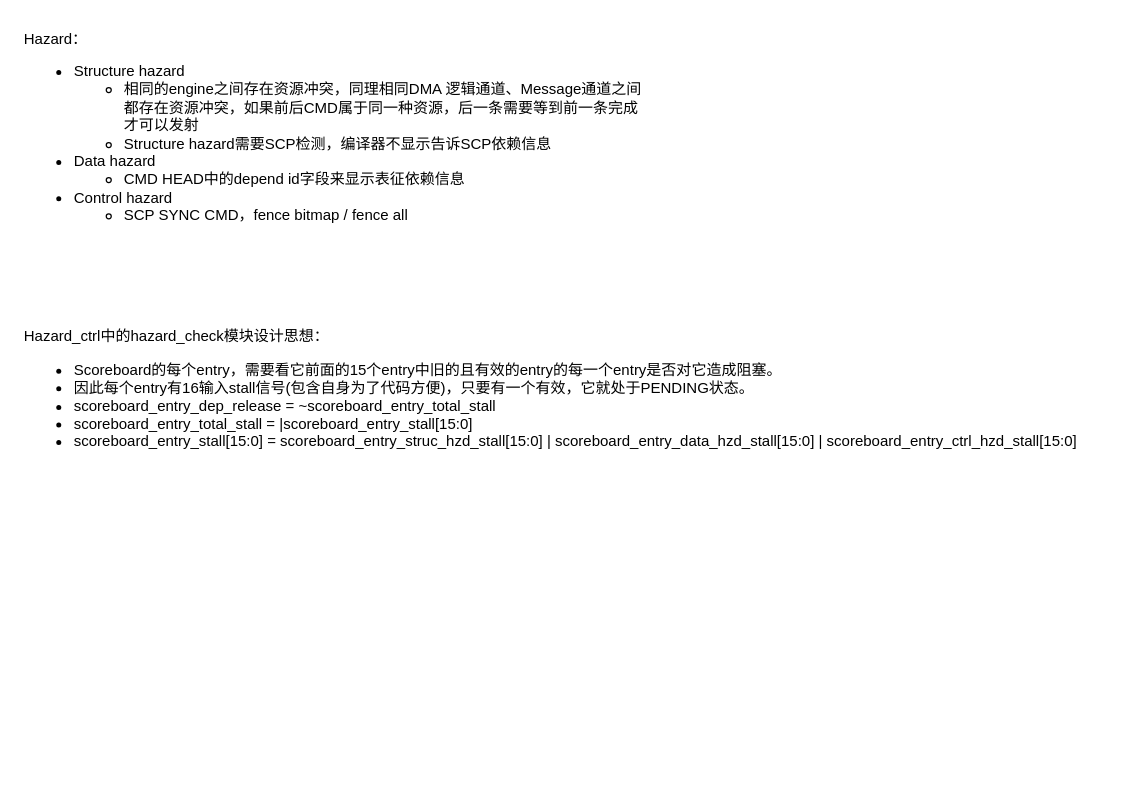
Earlier version of the draw.io diagram page "Hazard" (10 of 10) of SCP.drawio (HelmutXie/blake2). Source tidied: cells renumbered, new cells numbered last; positions are measured from the earlier drawing's top-left corner, leaving out a move shared by most shapes. Both pictures are drawn from the tidied source at 125%, with x=0, y=0 at pixel (21, 21).
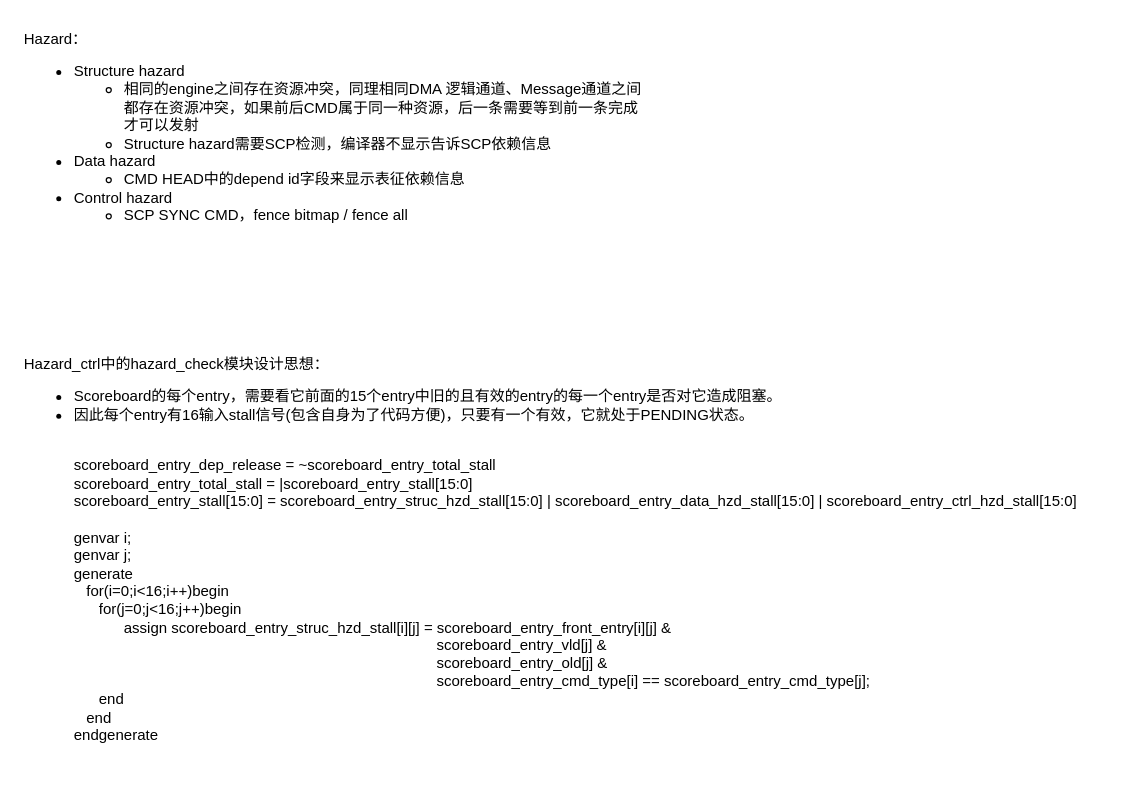
The same diagram, later.

Diff of the diagram source:
```diff
@@
 <mxGraphModel>
   <root>
     <mxCell id="0" />
     <mxCell id="1" parent="0" />
     <mxCell id="2" value="Hazard：&lt;br&gt;&lt;ul&gt;&lt;li&gt;Structure hazard&lt;/li&gt;&lt;ul&gt;&lt;li&gt;相同的engine之间存在资源冲突，同理相同DMA 逻辑通道、Message通道之间&lt;br&gt;都存在资源冲突，如果前后CMD属于同一种资源，后一条需要等到前一条完成&lt;br&gt;才可以发射&lt;/li&gt;&lt;li style=&quot;border-color: var(--border-color);&quot;&gt;Structure hazard需要SCP检测，编译器不显示告诉SCP依赖信息&lt;/li&gt;&lt;/ul&gt;&lt;li&gt;Data hazard&lt;br&gt;&lt;/li&gt;&lt;ul&gt;&lt;li&gt;CMD HEAD中的depend id字段来显示表征依赖信息&lt;/li&gt;&lt;/ul&gt;&lt;li&gt;Control hazard&lt;/li&gt;&lt;ul&gt;&lt;li&gt;SCP SYNC CMD，fence bitmap / fence all&lt;/li&gt;&lt;/ul&gt;&lt;/ul&gt;" style="text;html=1;align=left;verticalAlign=middle;strokeColor=none;fillColor=none;" parent="1" vertex="1">
       <mxGeometry width="520" height="180" as="geometry" />
     </mxCell>
-    <mxCell id="3" value="Hazard_ctrl中的hazard_check模块设计思想：&lt;br&gt;&lt;ul&gt;&lt;li&gt;Scoreboard的每个entry，需要看它前面的15个entry中旧的且有效的entry的每一个entry是否对它造成阻塞。&lt;/li&gt;&lt;li&gt;因此每个entry有16输入stall信号(包含自身为了代码方便)，只要有一个有效，它就处于PENDING状态。&lt;/li&gt;&lt;li&gt;scoreboard_entry_dep_release = ~scoreboard_entry_total_stall&lt;br&gt;&lt;/li&gt;&lt;li&gt;scoreboard_entry_total_stall = |scoreboard_entry_stall[15:0]&lt;/li&gt;&lt;li&gt;scoreboard_entry_stall[15:0] = scoreboard_entry_struc_hzd_stall[15:0] | scoreboard_entry_data_hzd_stall[15:0] | scoreboard_entry_ctrl_hzd_stall[15:0]&amp;nbsp;&lt;br&gt;&lt;/li&gt;&lt;/ul&gt;" style="text;html=1;align=left;verticalAlign=middle;strokeColor=none;fillColor=none;" parent="1" vertex="1">
-      <mxGeometry y="240" width="870" height="120" as="geometry" />
+    <mxCell id="3" value="Hazard_ctrl中的hazard_check模块设计思想：&lt;br&gt;&lt;ul&gt;&lt;li&gt;Scoreboard的每个entry，需要看它前面的15个entry中旧的且有效的entry的每一个entry是否对它造成阻塞。&lt;/li&gt;&lt;li&gt;因此每个entry有16输入stall信号(包含自身为了代码方便)，只要有一个有效，它就处于PENDING状态。&lt;/li&gt;&lt;/ul&gt;" style="text;html=1;align=left;verticalAlign=middle;strokeColor=none;fillColor=none;" parent="1" vertex="1">
+      <mxGeometry y="260" width="630" height="80" as="geometry" />
     </mxCell>
+    <mxCell id="4" value="&lt;span style=&quot;background-color: initial;&quot;&gt;scoreboard_entry_dep_release = ~scoreboard_entry_total_stall&lt;/span&gt;&lt;br&gt;&lt;span style=&quot;background-color: initial;&quot;&gt;scoreboard_entry_total_stall = |scoreboard_entry_stall[15:0]&lt;/span&gt;&lt;br&gt;&lt;span style=&quot;background-color: initial;&quot;&gt;scoreboard_entry_stall[15:0] = scoreboard_entry_struc_hzd_stall[15:0] | scoreboard_entry_data_hzd_stall[15:0] | scoreboard_entry_ctrl_hzd_stall[15:0]&amp;nbsp;&lt;br&gt;&lt;/span&gt;&lt;br&gt;&lt;div&gt;genvar i;&lt;/div&gt;&lt;div&gt;genvar j;&lt;/div&gt;&lt;div&gt;generate&amp;nbsp;&lt;/div&gt;&lt;div&gt;&amp;nbsp; &amp;nbsp;for(i=0;i&amp;lt;16;i++)begin&lt;/div&gt;&lt;div&gt;&amp;nbsp; &amp;nbsp; &amp;nbsp; for(j=0;j&amp;lt;16;j++)begin&lt;/div&gt;&lt;div&gt;&amp;nbsp; &amp;nbsp; &amp;nbsp; &amp;nbsp; &amp;nbsp; &amp;nbsp; assign scoreboard_entry_struc_hzd_stall[i][j] = scoreboard_entry_front_entry[i][j] &amp;amp;&lt;span style=&quot;&quot;&gt;&lt;/span&gt;&lt;/div&gt;&lt;div&gt;&lt;span style=&quot;&quot;&gt;&lt;span style=&quot;&quot;&gt;&lt;span style=&quot;&quot;&gt;&amp;nbsp;&amp;nbsp;&amp;nbsp;&amp;nbsp;&lt;/span&gt;&lt;span style=&quot;&quot;&gt;&amp;nbsp;&amp;nbsp;&amp;nbsp;&amp;nbsp;&lt;/span&gt;&lt;span style=&quot;&quot;&gt;&amp;nbsp;&amp;nbsp;&amp;nbsp;&amp;nbsp;&lt;/span&gt;&lt;span style=&quot;&quot;&gt;&amp;nbsp;&amp;nbsp;&amp;nbsp;&amp;nbsp;&lt;/span&gt;&lt;span style=&quot;&quot;&gt;&amp;nbsp;&amp;nbsp;&amp;nbsp;&amp;nbsp;&lt;/span&gt;&lt;span style=&quot;&quot;&gt;&amp;nbsp;&amp;nbsp;&amp;nbsp;&amp;nbsp;&lt;/span&gt;&lt;span style=&quot;&quot;&gt;&amp;nbsp; &amp;nbsp; &amp;nbsp; &amp;nbsp; &amp;nbsp; &amp;nbsp; &amp;nbsp; &amp;nbsp; &amp;nbsp; &amp;nbsp; &amp;nbsp; &amp;nbsp; &amp;nbsp; &amp;nbsp; &amp;nbsp; &amp;nbsp; &amp;nbsp; &amp;nbsp; &amp;nbsp; &amp;nbsp; &amp;nbsp; &amp;nbsp; &amp;nbsp; &amp;nbsp; &amp;nbsp; &amp;nbsp; &amp;nbsp; &amp;nbsp; &amp;nbsp; &amp;nbsp; &amp;nbsp;&amp;nbsp;&lt;/span&gt;&lt;/span&gt; scoreboard_entry_vld[j] &amp;amp;&lt;/span&gt;&lt;/div&gt;&lt;div&gt;&lt;span style=&quot;&quot;&gt;&lt;span style=&quot;&quot;&gt;&lt;span style=&quot;&quot;&gt;&amp;nbsp; &amp;nbsp; &amp;nbsp; &amp;nbsp; &amp;nbsp; &amp;nbsp; &amp;nbsp; &amp;nbsp; &amp;nbsp; &amp;nbsp; &amp;nbsp; &amp;nbsp; &amp;nbsp; &amp;nbsp; &amp;nbsp; &amp;nbsp; &amp;nbsp; &amp;nbsp; &amp;nbsp; &amp;nbsp; &amp;nbsp; &amp;nbsp; &amp;nbsp; &amp;nbsp; &amp;nbsp; &amp;nbsp; &amp;nbsp; &amp;nbsp; &amp;nbsp; &amp;nbsp; &amp;nbsp;&amp;nbsp;&lt;/span&gt;&lt;span style=&quot;&quot;&gt;&amp;nbsp;&amp;nbsp;&amp;nbsp;&amp;nbsp;&lt;/span&gt;&lt;span style=&quot;&quot;&gt;&amp;nbsp;&amp;nbsp;&amp;nbsp;&amp;nbsp;&lt;/span&gt;&lt;span style=&quot;&quot;&gt;&amp;nbsp;&amp;nbsp;&amp;nbsp;&amp;nbsp;&lt;/span&gt;&lt;span style=&quot;&quot;&gt;&amp;nbsp;&amp;nbsp;&amp;nbsp;&amp;nbsp;&lt;/span&gt;&lt;span style=&quot;&quot;&gt;&amp;nbsp;&amp;nbsp;&amp;nbsp;&amp;nbsp;&lt;/span&gt;&lt;span style=&quot;&quot;&gt;&amp;nbsp;&amp;nbsp;&amp;nbsp;&amp;nbsp;&lt;/span&gt;&lt;/span&gt; scoreboard_entry_old[j] &amp;amp;&lt;/span&gt;&lt;/div&gt;&lt;div&gt;&lt;span style=&quot;&quot;&gt;&lt;span style=&quot;&quot;&gt;&lt;span style=&quot;&quot;&gt;&amp;nbsp; &amp;nbsp; &amp;nbsp; &amp;nbsp; &amp;nbsp; &amp;nbsp; &amp;nbsp; &amp;nbsp; &amp;nbsp; &amp;nbsp; &amp;nbsp; &amp;nbsp; &amp;nbsp; &amp;nbsp; &amp;nbsp; &amp;nbsp; &amp;nbsp; &amp;nbsp; &amp;nbsp; &amp;nbsp; &amp;nbsp; &amp;nbsp; &amp;nbsp; &amp;nbsp; &amp;nbsp; &amp;nbsp; &amp;nbsp; &amp;nbsp; &amp;nbsp; &amp;nbsp; &amp;nbsp;&amp;nbsp;&lt;/span&gt;&lt;span style=&quot;&quot;&gt;&amp;nbsp;&amp;nbsp;&amp;nbsp;&amp;nbsp;&lt;/span&gt;&lt;span style=&quot;&quot;&gt;&amp;nbsp;&amp;nbsp;&amp;nbsp;&amp;nbsp;&lt;/span&gt;&lt;span style=&quot;&quot;&gt;&amp;nbsp;&amp;nbsp;&amp;nbsp;&amp;nbsp;&lt;/span&gt;&lt;span style=&quot;&quot;&gt;&amp;nbsp;&amp;nbsp;&amp;nbsp;&amp;nbsp;&lt;/span&gt;&lt;span style=&quot;&quot;&gt;&amp;nbsp;&amp;nbsp;&amp;nbsp;&amp;nbsp;&lt;/span&gt;&lt;span style=&quot;&quot;&gt;&amp;nbsp;&amp;nbsp;&amp;nbsp;&amp;nbsp;&lt;/span&gt;&lt;/span&gt; scoreboard_entry_cmd_type[i] == scoreboard_entry_cmd_type[j];&lt;/span&gt;&lt;/div&gt;&lt;div&gt;&amp;nbsp; &amp;nbsp; &amp;nbsp; end&lt;/div&gt;&lt;div&gt;&amp;nbsp; &amp;nbsp;end&lt;/div&gt;&lt;div&gt;endgenerate&lt;/div&gt;&lt;div&gt;&lt;br&gt;&lt;/div&gt;" style="text;html=1;align=left;verticalAlign=middle;strokeColor=none;fillColor=none;" parent="1" vertex="1">
+      <mxGeometry x="40" y="340" width="830" height="260" as="geometry" />
+    </mxCell>
   </root>
 </mxGraphModel>
```
